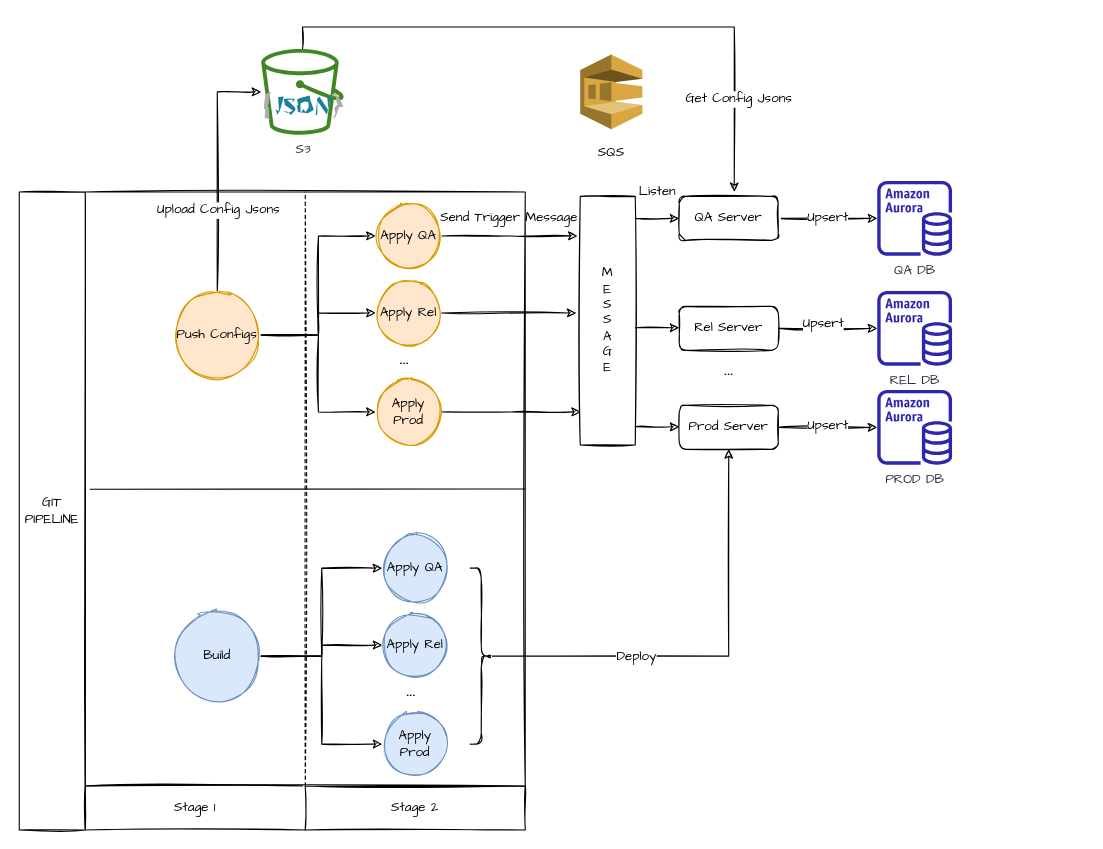
yindongjun/gangzhang.github.io keeps this draw.io diagram as page "第 1 页" (1 of 2) of CI/CD Process.drawio. Above is the earlier version. Source tidied: cells renumbered, new cells numbered last; positions are measured from the earlier drawing's top-left corner, leaving out a move shared by most shapes. Both pictures are drawn from the tidied source at 110%, with x=0, y=0 at pixel (19, 26).
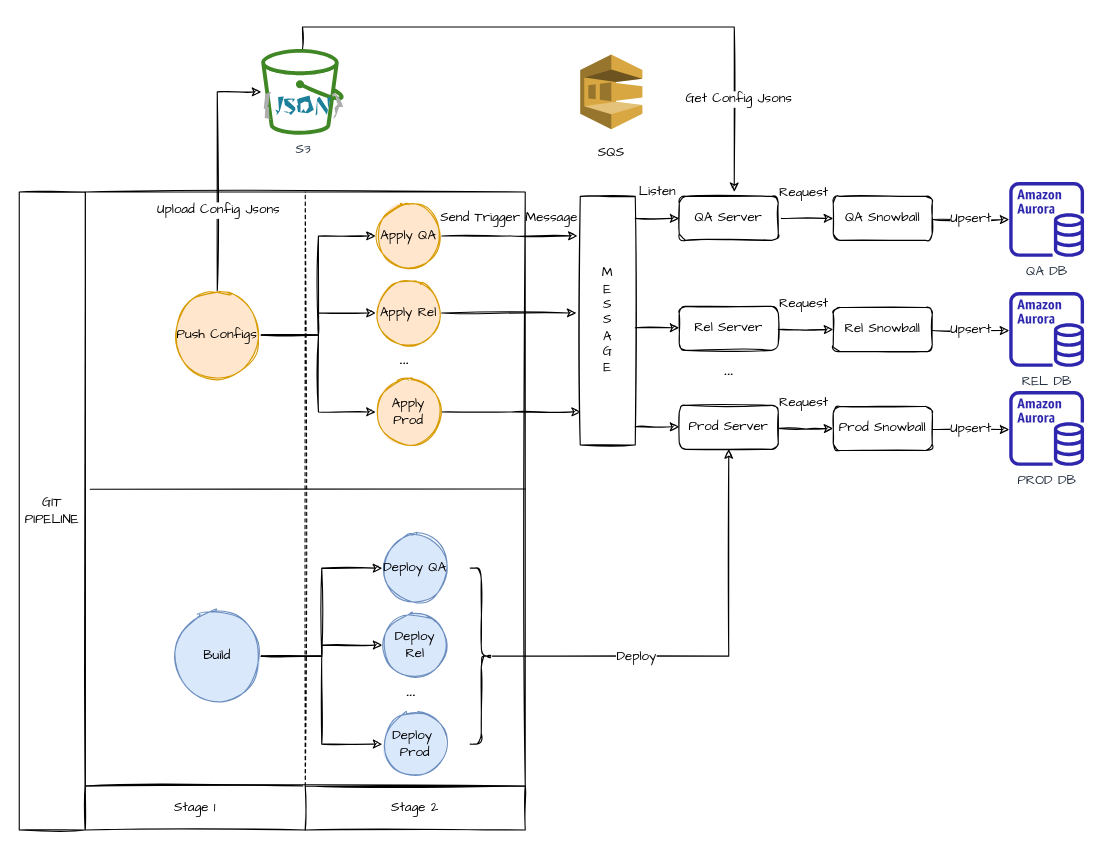
The same page after the edit.

Unchanged cells that the change refers to:
```xml
<mxCell id="30" value="QA Server" style="rounded=1;whiteSpace=wrap;html=1;sketch=1;fontFamily=Comic Sans MS;fontSize=12;" parent="1" vertex="1">
  <mxGeometry x="600" y="154" width="90" height="40" as="geometry" />
</mxCell>
<mxCell id="33" value="Rel Server" style="rounded=1;whiteSpace=wrap;html=1;sketch=1;fontFamily=Comic Sans MS;fontSize=12;" parent="1" vertex="1">
  <mxGeometry x="600" y="254" width="90" height="40" as="geometry" />
</mxCell>
<mxCell id="36" value="Prod Server" style="rounded=1;whiteSpace=wrap;html=1;sketch=1;fontFamily=Comic Sans MS;fontSize=12;" parent="1" vertex="1">
  <mxGeometry x="600" y="344" width="90" height="40" as="geometry" />
</mxCell>
```

Change to the diagram source:
```diff
@@
-    <mxCell id="24" value="&lt;font&gt;Apply QA&lt;/font&gt;" style="ellipse;whiteSpace=wrap;html=1;sketch=1;fontFamily=Comic Sans MS;fillColor=#DAE8FC;fillStyle=solid;strokeColor=#6C8EBF;" parent="1" vertex="1">
+    <mxCell id="24" value="&lt;font&gt;Deploy QA&lt;/font&gt;" style="ellipse;whiteSpace=wrap;html=1;sketch=1;fontFamily=Comic Sans MS;fillColor=#DAE8FC;fillStyle=solid;strokeColor=#6C8EBF;" parent="1" vertex="1">
       <mxGeometry x="330" y="462" width="60" height="60" as="geometry" />
     </mxCell>
-    <mxCell id="25" value="&lt;font&gt;Apply Rel&lt;/font&gt;" style="ellipse;whiteSpace=wrap;html=1;sketch=1;fontFamily=Comic Sans MS;fillStyle=solid;fillColor=#DAE8FC;strokeColor=#6C8EBF;" parent="1" vertex="1">
+    <mxCell id="25" value="&lt;font&gt;Deploy&lt;br&gt;Rel&lt;/font&gt;" style="ellipse;whiteSpace=wrap;html=1;sketch=1;fontFamily=Comic Sans MS;fillStyle=solid;fillColor=#DAE8FC;strokeColor=#6C8EBF;" parent="1" vertex="1">
       <mxGeometry x="330" y="532" width="60" height="60" as="geometry" />
     </mxCell>
-    <mxCell id="26" value="&lt;font&gt;Apply Prod&lt;/font&gt;" style="ellipse;whiteSpace=wrap;html=1;sketch=1;fontFamily=Comic Sans MS;fillStyle=solid;fillColor=#DAE8FC;strokeColor=#6C8EBF;" parent="1" vertex="1">
+    <mxCell id="26" value="&lt;font&gt;Deploy&amp;nbsp;&lt;br&gt;Prod&lt;/font&gt;" style="ellipse;whiteSpace=wrap;html=1;sketch=1;fontFamily=Comic Sans MS;fillStyle=solid;fillColor=#DAE8FC;strokeColor=#6C8EBF;" parent="1" vertex="1">
       <mxGeometry x="330" y="622" width="60" height="60" as="geometry" />
     </mxCell>
@@
-    <mxCell id="29" value="Upsert" style="edgeStyle=orthogonalEdgeStyle;rounded=0;sketch=1;jettySize=auto;html=1;fontFamily=Comic Sans MS;fontSize=12;" parent="1" edge="1" source="30" target="38">
-      <mxGeometry relative="1" as="geometry" />
+    <mxCell id="29" value="Upsert" style="edgeStyle=orthogonalEdgeStyle;rounded=0;sketch=1;jettySize=auto;html=1;fontFamily=Comic Sans MS;fontSize=12;" parent="1" edge="1" target="38">
+      <mxGeometry relative="1" as="geometry">
+        <mxPoint x="830" y="175" as="sourcePoint" />
+      </mxGeometry>
     </mxCell>
+    <mxCell id="55" style="edgeStyle=orthogonalEdgeStyle;rounded=0;sketch=1;jettySize=auto;html=1;entryX=0;entryY=0.5;entryDx=0;entryDy=0;fontFamily=Comic Sans MS;fontSize=12;" parent="1" edge="1" source="30" target="57">
+      <mxGeometry relative="1" as="geometry" />
+    </mxCell>
+    <mxCell id="56" value="Request" style="edgeLabel;html=1;align=center;verticalAlign=middle;fontSize=12;fontFamily=Comic Sans MS;" parent="55" vertex="1">
+      <mxGeometry x="-0.12" y="2" relative="1" as="geometry">
+        <mxPoint y="-22" as="offset" />
+      </mxGeometry>
+    </mxCell>
@@
-    <mxCell id="31" style="edgeStyle=orthogonalEdgeStyle;rounded=0;sketch=1;jettySize=auto;html=1;fontFamily=Comic Sans MS;fontSize=12;" parent="1" edge="1" source="33" target="39">
-      <mxGeometry relative="1" as="geometry" />
-    </mxCell>
-    <mxCell id="32" value="Upsert" style="edgeLabel;html=1;align=center;verticalAlign=middle;fontSize=12;fontFamily=Comic Sans MS;" parent="31" vertex="1">
-      <mxGeometry x="-0.12" y="5" relative="1" as="geometry" />
-    </mxCell>
@@
-    <mxCell id="34" style="edgeStyle=orthogonalEdgeStyle;rounded=0;sketch=1;jettySize=auto;html=1;fontFamily=Comic Sans MS;fontSize=12;" parent="1" edge="1" source="36" target="40">
-      <mxGeometry relative="1" as="geometry" />
-    </mxCell>
-    <mxCell id="35" value="Upsert" style="edgeLabel;html=1;align=center;verticalAlign=middle;fontSize=12;fontFamily=Comic Sans MS;" parent="34" vertex="1">
-      <mxGeometry x="-0.03" y="2" relative="1" as="geometry" />
-    </mxCell>
@@
     <mxCell id="38" value="QA DB" style="sketch=0;outlineConnect=0;fontColor=#232F3E;gradientColor=none;fillColor=#2E27AD;strokeColor=none;dashed=0;verticalLabelPosition=bottom;verticalAlign=top;align=center;html=1;fontSize=12;fontStyle=0;shape=mxgraph.aws4.aurora_instance;fontFamily=Comic Sans MS;" parent="1" vertex="1">
-      <mxGeometry x="780" y="140" width="68" height="68" as="geometry" />
+      <mxGeometry x="900" y="141" width="68" height="68" as="geometry" />
     </mxCell>
     <mxCell id="39" value="REL DB" style="sketch=0;outlineConnect=0;fontColor=#232F3E;gradientColor=none;fillColor=#2E27AD;strokeColor=none;dashed=0;verticalLabelPosition=bottom;verticalAlign=top;align=center;html=1;fontSize=12;fontStyle=0;shape=mxgraph.aws4.aurora_instance;fontFamily=Comic Sans MS;" parent="1" vertex="1">
-      <mxGeometry x="780" y="240" width="68" height="68" as="geometry" />
+      <mxGeometry x="900" y="241" width="68" height="68" as="geometry" />
     </mxCell>
     <mxCell id="40" value="PROD DB" style="sketch=0;outlineConnect=0;fontColor=#232F3E;gradientColor=none;fillColor=#2E27AD;strokeColor=none;dashed=0;verticalLabelPosition=bottom;verticalAlign=top;align=center;html=1;fontSize=12;fontStyle=0;shape=mxgraph.aws4.aurora_instance;fontFamily=Comic Sans MS;" parent="1" vertex="1">
-      <mxGeometry x="780" y="330" width="68" height="68" as="geometry" />
+      <mxGeometry x="900" y="331" width="68" height="68" as="geometry" />
     </mxCell>
@@
+    <mxCell id="57" value="QA Snowball" style="rounded=1;whiteSpace=wrap;html=1;sketch=1;fontFamily=Comic Sans MS;fontSize=12;" parent="1" vertex="1">
+      <mxGeometry x="740" y="154" width="90" height="40" as="geometry" />
+    </mxCell>
+    <mxCell id="58" value="Upsert" style="edgeStyle=orthogonalEdgeStyle;rounded=0;sketch=1;orthogonalLoop=1;jettySize=auto;html=1;fontFamily=Comic Sans MS;fontSize=12;" parent="1" edge="1">
+      <mxGeometry relative="1" as="geometry">
+        <mxPoint x="830" y="276" as="sourcePoint" />
+        <mxPoint x="900" y="276" as="targetPoint" />
+      </mxGeometry>
+    </mxCell>
+    <mxCell id="59" style="edgeStyle=orthogonalEdgeStyle;rounded=0;sketch=1;jettySize=auto;html=1;entryX=0;entryY=0.5;entryDx=0;entryDy=0;fontFamily=Comic Sans MS;fontSize=12;" parent="1" edge="1" target="61">
+      <mxGeometry relative="1" as="geometry">
+        <mxPoint x="690" y="275" as="sourcePoint" />
+      </mxGeometry>
+    </mxCell>
+    <mxCell id="60" value="Request" style="edgeLabel;html=1;align=center;verticalAlign=middle;fontSize=12;fontFamily=Comic Sans MS;" parent="59" vertex="1">
+      <mxGeometry x="-0.12" y="2" relative="1" as="geometry">
+        <mxPoint y="-22" as="offset" />
+      </mxGeometry>
+    </mxCell>
+    <mxCell id="61" value="Rel Snowball" style="rounded=1;whiteSpace=wrap;html=1;sketch=1;fontFamily=Comic Sans MS;fontSize=12;" parent="1" vertex="1">
+      <mxGeometry x="740" y="255" width="90" height="40" as="geometry" />
+    </mxCell>
+    <mxCell id="62" value="Upsert" style="edgeStyle=orthogonalEdgeStyle;rounded=0;sketch=1;orthogonalLoop=1;jettySize=auto;html=1;fontFamily=Comic Sans MS;fontSize=12;" parent="1" edge="1">
+      <mxGeometry relative="1" as="geometry">
+        <mxPoint x="830" y="366" as="sourcePoint" />
+        <mxPoint x="900" y="366" as="targetPoint" />
+      </mxGeometry>
+    </mxCell>
+    <mxCell id="63" style="edgeStyle=orthogonalEdgeStyle;rounded=0;sketch=1;jettySize=auto;html=1;entryX=0;entryY=0.5;entryDx=0;entryDy=0;fontFamily=Comic Sans MS;fontSize=12;" parent="1" edge="1" target="65">
+      <mxGeometry relative="1" as="geometry">
+        <mxPoint x="690" y="365" as="sourcePoint" />
+      </mxGeometry>
+    </mxCell>
+    <mxCell id="64" value="Request" style="edgeLabel;html=1;align=center;verticalAlign=middle;fontSize=12;fontFamily=Comic Sans MS;" parent="63" vertex="1">
+      <mxGeometry x="-0.12" y="2" relative="1" as="geometry">
+        <mxPoint y="-22" as="offset" />
+      </mxGeometry>
+    </mxCell>
+    <mxCell id="65" value="Prod Snowball" style="rounded=1;whiteSpace=wrap;html=1;sketch=1;fontFamily=Comic Sans MS;fontSize=12;" parent="1" vertex="1">
+      <mxGeometry x="740" y="345" width="90" height="40" as="geometry" />
+    </mxCell>
```
